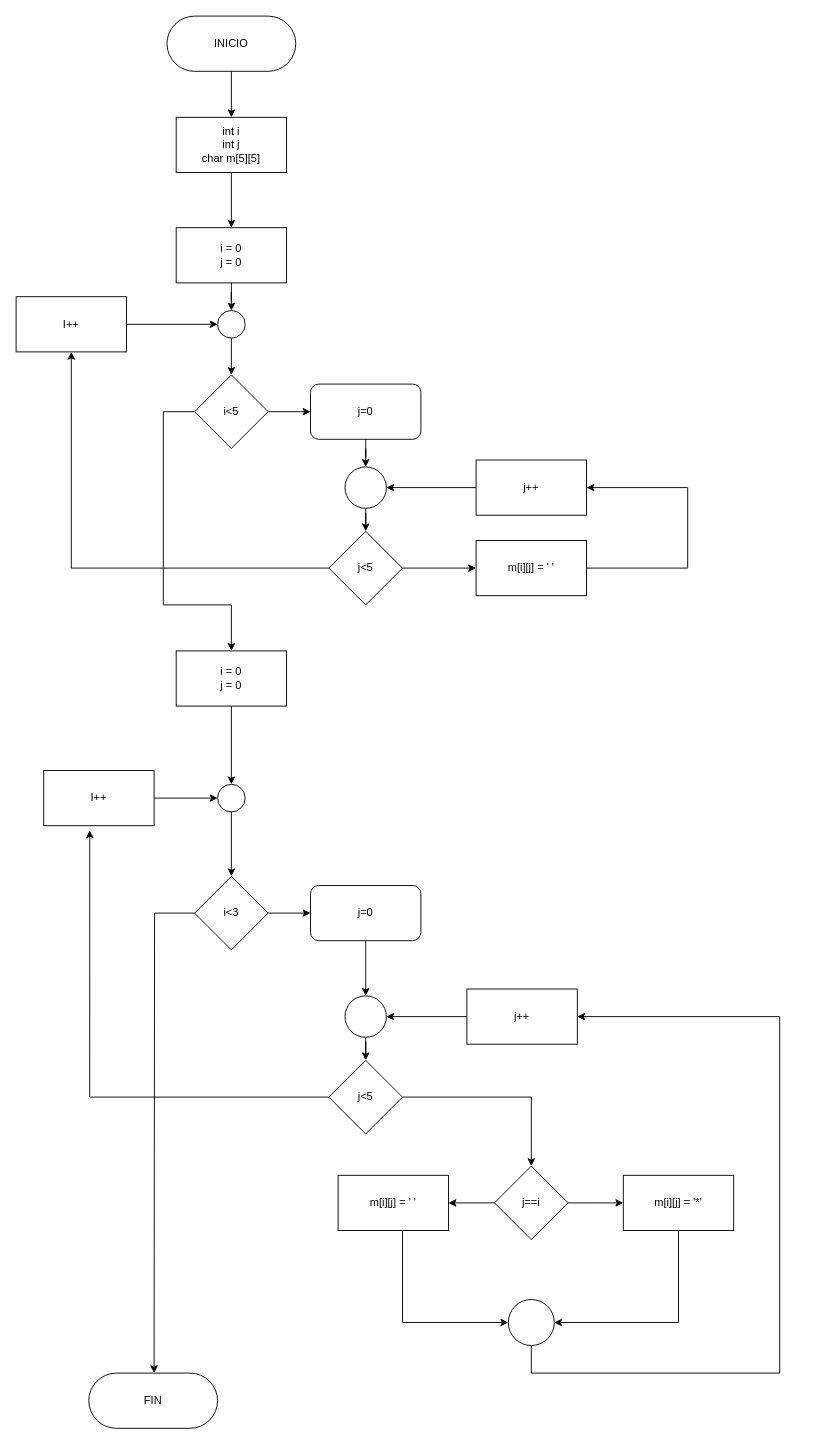
Earlier version of the draw.io diagram Trabajo Práctico Número 1 - Algoritmos y DF/Diagramas/Ejercicio 02.drawio (Fran2109/Algoritmos_y_Estructuras_de_Datos). Source tidied: cells renumbered, new cells numbered last; positions are measured from the earlier drawing's top-left corner, leaving out a move shared by most shapes. Both pictures are drawn from the tidied source at 92%, with x=0, y=0 at pixel (16, 16).
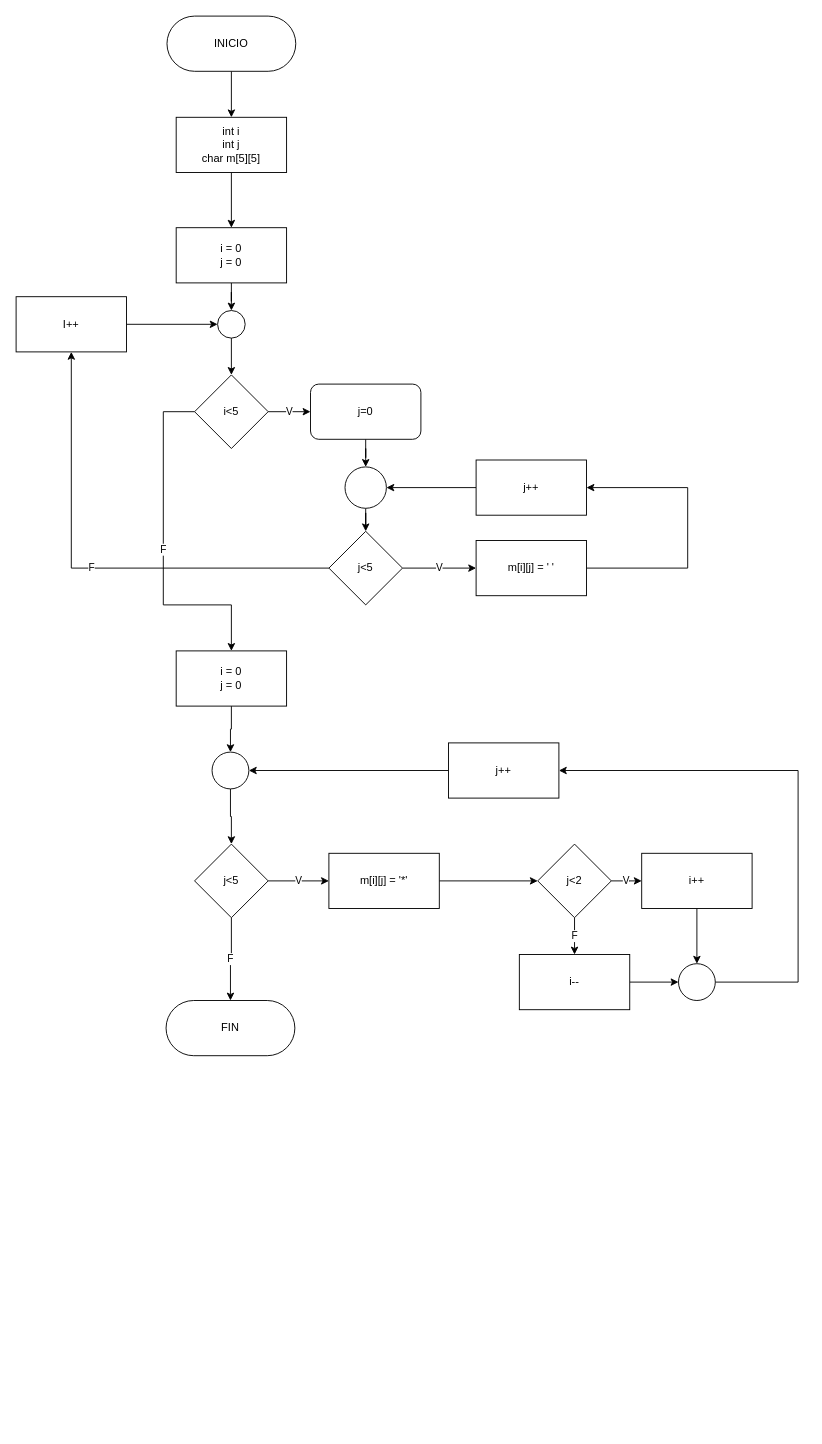
The same diagram, later.

The change refers to these unchanged cells:
```xml
<mxCell id="38" value="i&amp;lt;5" style="rhombus;whiteSpace=wrap;html=1;rounded=0;" parent="1" vertex="1">
  <mxGeometry x="194" y="390" width="80" height="80" as="geometry" />
</mxCell>
<mxCell id="40" value="j=0" style="rounded=1;whiteSpace=wrap;html=1;" parent="1" vertex="1">
  <mxGeometry x="320" y="400" width="120" height="60" as="geometry" />
</mxCell>
<mxCell id="45" value="j&amp;lt;5" style="rhombus;whiteSpace=wrap;html=1;rounded=0;" parent="1" vertex="1">
  <mxGeometry x="340" y="560" width="80" height="80" as="geometry" />
</mxCell>
<mxCell id="49" value="I++" style="rounded=0;whiteSpace=wrap;html=1;" parent="1" vertex="1">
  <mxGeometry y="305" width="120" height="60" as="geometry" />
</mxCell>
<mxCell id="51" value="m[i][j] = ' '" style="rounded=0;whiteSpace=wrap;html=1;" parent="1" vertex="1">
  <mxGeometry x="500" y="570" width="120" height="60" as="geometry" />
</mxCell>
<mxCell id="53" value="i = 0&lt;br&gt;j = 0" style="rounded=0;whiteSpace=wrap;html=1;" parent="1" vertex="1">
  <mxGeometry x="174" y="690" width="120" height="60" as="geometry" />
</mxCell>
```

What changed in the source:
```diff
@@
-    <mxCell id="6" style="edgeStyle=orthogonalEdgeStyle;rounded=0;jettySize=auto;html=1;startArrow=none;" parent="1" edge="1" source="15" target="11">
-      <mxGeometry relative="1" as="geometry" />
-    </mxCell>
@@
-    <mxCell id="9" style="edgeStyle=orthogonalEdgeStyle;rounded=0;jettySize=auto;html=1;" parent="1" edge="1" source="11">
-      <mxGeometry relative="1" as="geometry">
-        <mxPoint x="150" y="1475" as="targetPoint" />
-      </mxGeometry>
-    </mxCell>
-    <mxCell id="10" style="edgeStyle=orthogonalEdgeStyle;rounded=0;jettySize=auto;html=1;entryX=0;entryY=0.5;entryDx=0;entryDy=0;" parent="1" edge="1" source="11" target="28">
-      <mxGeometry relative="1" as="geometry" />
-    </mxCell>
-    <mxCell id="11" value="i&amp;lt;3" style="rhombus;whiteSpace=wrap;html=1;rounded=0;" parent="1" vertex="1">
-      <mxGeometry x="194" y="935" width="80" height="80" as="geometry" />
-    </mxCell>
-    <mxCell id="12" style="edgeStyle=orthogonalEdgeStyle;rounded=0;jettySize=auto;html=1;entryX=0.5;entryY=0;entryDx=0;entryDy=0;" parent="1" edge="1" source="14" target="18">
-      <mxGeometry relative="1" as="geometry" />
-    </mxCell>
-    <mxCell id="13" style="edgeStyle=orthogonalEdgeStyle;rounded=0;jettySize=auto;html=1;entryX=0.417;entryY=1.083;entryDx=0;entryDy=0;entryPerimeter=0;" parent="1" edge="1" source="14" target="25">
-      <mxGeometry relative="1" as="geometry">
-        <Array as="points">
-          <mxPoint x="80" y="1175" />
-        </Array>
-      </mxGeometry>
-    </mxCell>
-    <mxCell id="14" value="j&amp;lt;5" style="rhombus;whiteSpace=wrap;html=1;rounded=0;" parent="1" vertex="1">
-      <mxGeometry x="340" y="1135" width="80" height="80" as="geometry" />
-    </mxCell>
-    <mxCell id="15" style="ellipse;whiteSpace=wrap;html=1;" parent="1" vertex="1">
-      <mxGeometry x="219" y="835" width="30" height="30" as="geometry" />
-    </mxCell>
-    <mxCell id="16" style="edgeStyle=orthogonalEdgeStyle;rounded=0;jettySize=auto;html=1;" parent="1" edge="1" source="18">
-      <mxGeometry relative="1" as="geometry">
-        <mxPoint x="660" y="1290" as="targetPoint" />
-      </mxGeometry>
-    </mxCell>
-    <mxCell id="17" style="edgeStyle=orthogonalEdgeStyle;rounded=0;jettySize=auto;html=1;entryX=1;entryY=0.5;entryDx=0;entryDy=0;" parent="1" edge="1" source="18" target="33">
-      <mxGeometry relative="1" as="geometry" />
-    </mxCell>
-    <mxCell id="18" value="j==i" style="rhombus;whiteSpace=wrap;html=1;rounded=0;" parent="1" vertex="1">
-      <mxGeometry x="520" y="1250" width="80" height="80" as="geometry" />
-    </mxCell>
-    <mxCell id="19" style="edgeStyle=orthogonalEdgeStyle;rounded=0;jettySize=auto;html=1;entryX=1;entryY=0.5;entryDx=0;entryDy=0;" parent="1" edge="1" source="31" target="23">
-      <mxGeometry relative="1" as="geometry">
-        <Array as="points">
-          <mxPoint x="720" y="1420" />
-        </Array>
-      </mxGeometry>
-    </mxCell>
-    <mxCell id="20" style="edgeStyle=orthogonalEdgeStyle;rounded=0;jettySize=auto;html=1;" parent="1" edge="1" source="21" target="30">
-      <mxGeometry relative="1" as="geometry" />
-    </mxCell>
-    <mxCell id="21" value="j++" style="rounded=0;whiteSpace=wrap;html=1;" parent="1" vertex="1">
-      <mxGeometry x="490" y="1057.5" width="120" height="60" as="geometry" />
-    </mxCell>
-    <mxCell id="22" style="edgeStyle=orthogonalEdgeStyle;rounded=0;jettySize=auto;html=1;entryX=1;entryY=0.5;entryDx=0;entryDy=0;" parent="1" edge="1" source="23" target="21">
+    <mxCell id="22" style="edgeStyle=orthogonalEdgeStyle;rounded=0;orthogonalLoop=1;jettySize=auto;html=1;entryX=1;entryY=0.5;entryDx=0;entryDy=0;" parent="1" edge="1">
       <mxGeometry relative="1" as="geometry">
+        <mxPoint x="610" y="1087.5" as="targetPoint" />
         <Array as="points">
           <mxPoint x="560" y="1475" />
           <mxPoint x="830" y="1475" />
           <mxPoint x="830" y="1088" />
         </Array>
       </mxGeometry>
     </mxCell>
-    <mxCell id="23" style="ellipse;whiteSpace=wrap;html=1;" parent="1" vertex="1">
-      <mxGeometry x="535" y="1395" width="50" height="50" as="geometry" />
-    </mxCell>
-    <mxCell id="24" style="edgeStyle=orthogonalEdgeStyle;rounded=0;jettySize=auto;html=1;exitX=1;exitY=0.5;exitDx=0;exitDy=0;entryX=0;entryY=0.5;entryDx=0;entryDy=0;" parent="1" edge="1" source="25" target="15">
-      <mxGeometry relative="1" as="geometry" />
-    </mxCell>
-    <mxCell id="25" value="I++" style="rounded=0;whiteSpace=wrap;html=1;" parent="1" vertex="1">
-      <mxGeometry x="30" y="820" width="120" height="60" as="geometry" />
-    </mxCell>
-    <mxCell id="26" value="FIN" style="rounded=1;whiteSpace=wrap;html=1;arcSize=50;" parent="1" vertex="1">
-      <mxGeometry x="79" y="1475" width="140" height="60" as="geometry" />
-    </mxCell>
-    <mxCell id="27" style="edgeStyle=orthogonalEdgeStyle;rounded=0;jettySize=auto;html=1;" parent="1" edge="1" source="28" target="30">
-      <mxGeometry relative="1" as="geometry" />
-    </mxCell>
-    <mxCell id="28" value="j=0" style="rounded=1;whiteSpace=wrap;html=1;" parent="1" vertex="1">
-      <mxGeometry x="320" y="945" width="120" height="60" as="geometry" />
-    </mxCell>
-    <mxCell id="29" style="edgeStyle=orthogonalEdgeStyle;rounded=0;jettySize=auto;html=1;" parent="1" edge="1" source="30" target="14">
-      <mxGeometry relative="1" as="geometry" />
-    </mxCell>
-    <mxCell id="30" style="ellipse;whiteSpace=wrap;html=1;" parent="1" vertex="1">
-      <mxGeometry x="357.5" y="1065" width="45" height="45" as="geometry" />
-    </mxCell>
-    <mxCell id="31" value="m[i][j] = '*'" style="rounded=0;whiteSpace=wrap;html=1;" parent="1" vertex="1">
-      <mxGeometry x="660" y="1260" width="120" height="60" as="geometry" />
-    </mxCell>
-    <mxCell id="32" style="edgeStyle=orthogonalEdgeStyle;rounded=0;jettySize=auto;html=1;entryX=0;entryY=0.5;entryDx=0;entryDy=0;" parent="1" edge="1" source="33" target="23">
-      <mxGeometry relative="1" as="geometry">
-        <Array as="points">
-          <mxPoint x="420" y="1420" />
-        </Array>
-      </mxGeometry>
-    </mxCell>
-    <mxCell id="33" value="m[i][j] = ' '" style="rounded=0;whiteSpace=wrap;html=1;" parent="1" vertex="1">
-      <mxGeometry x="350" y="1260" width="120" height="60" as="geometry" />
-    </mxCell>
@@
-    <mxCell id="36" style="edgeStyle=orthogonalEdgeStyle;rounded=0;jettySize=auto;html=1;" parent="1" edge="1" source="38" target="40">
+    <mxCell id="36" value="V" style="edgeStyle=orthogonalEdgeStyle;rounded=0;jettySize=auto;html=1;" parent="1" edge="1" source="38" target="40">
       <mxGeometry relative="1" as="geometry" />
     </mxCell>
-    <mxCell id="37" style="edgeStyle=orthogonalEdgeStyle;rounded=0;jettySize=auto;html=1;entryX=0.5;entryY=0;entryDx=0;entryDy=0;" parent="1" edge="1" source="38" target="53">
+    <mxCell id="37" value="F" style="edgeStyle=orthogonalEdgeStyle;rounded=0;jettySize=auto;html=1;entryX=0.5;entryY=0;entryDx=0;entryDy=0;" parent="1" edge="1" source="38" target="53">
       <mxGeometry relative="1" as="geometry">
         <Array as="points">
           <mxPoint x="160" y="430" />
           <mxPoint x="160" y="640" />
           <mxPoint x="234" y="640" />
         </Array>
       </mxGeometry>
     </mxCell>
@@
-    <mxCell id="43" style="edgeStyle=orthogonalEdgeStyle;rounded=0;jettySize=auto;html=1;entryX=0.5;entryY=1;entryDx=0;entryDy=0;" parent="1" edge="1" source="45" target="49">
+    <mxCell id="43" value="F" style="edgeStyle=orthogonalEdgeStyle;rounded=0;jettySize=auto;html=1;entryX=0.5;entryY=1;entryDx=0;entryDy=0;" parent="1" edge="1" source="45" target="49">
       <mxGeometry relative="1" as="geometry" />
     </mxCell>
-    <mxCell id="44" style="edgeStyle=orthogonalEdgeStyle;rounded=0;jettySize=auto;html=1;entryX=0;entryY=0.5;entryDx=0;entryDy=0;" parent="1" edge="1" source="45" target="51">
+    <mxCell id="44" value="V" style="edgeStyle=orthogonalEdgeStyle;rounded=0;jettySize=auto;html=1;entryX=0;entryY=0.5;entryDx=0;entryDy=0;" parent="1" edge="1" source="45" target="51">
       <mxGeometry relative="1" as="geometry" />
     </mxCell>
@@
-    <mxCell id="52" style="edgeStyle=orthogonalEdgeStyle;rounded=0;jettySize=auto;html=1;entryX=0.5;entryY=0;entryDx=0;entryDy=0;" parent="1" edge="1" source="53" target="15">
-      <mxGeometry relative="1" as="geometry" />
-    </mxCell>
+    <mxCell id="54" style="edgeStyle=orthogonalEdgeStyle;rounded=0;jettySize=auto;html=1;entryX=0.5;entryY=0;entryDx=0;entryDy=0;" parent="1" edge="1" source="53" target="68">
+      <mxGeometry relative="1" as="geometry" />
+    </mxCell>
@@
+    <mxCell id="55" value="V" style="edgeStyle=orthogonalEdgeStyle;rounded=0;jettySize=auto;html=1;" parent="1" edge="1" source="14" target="31">
+      <mxGeometry relative="1" as="geometry" />
+    </mxCell>
+    <mxCell id="56" value="F" style="edgeStyle=orthogonalEdgeStyle;rounded=0;jettySize=auto;html=1;" parent="1" edge="1" source="14" target="26">
+      <mxGeometry relative="1" as="geometry" />
+    </mxCell>
+    <mxCell id="14" value="j&amp;lt;5" style="rhombus;whiteSpace=wrap;html=1;" parent="1" vertex="1">
+      <mxGeometry x="194" y="900" width="80" height="80" as="geometry" />
+    </mxCell>
+    <mxCell id="57" style="edgeStyle=orthogonalEdgeStyle;rounded=0;jettySize=auto;html=1;entryX=0;entryY=0.5;entryDx=0;entryDy=0;" parent="1" edge="1" source="31" target="60">
+      <mxGeometry relative="1" as="geometry" />
+    </mxCell>
+    <mxCell id="31" value="m[i][j] = '*'" style="rounded=0;whiteSpace=wrap;html=1;" parent="1" vertex="1">
+      <mxGeometry x="340" y="910" width="120" height="60" as="geometry" />
+    </mxCell>
+    <mxCell id="58" value="V" style="edgeStyle=orthogonalEdgeStyle;rounded=0;jettySize=auto;html=1;" parent="1" edge="1" source="60" target="62">
+      <mxGeometry relative="1" as="geometry" />
+    </mxCell>
+    <mxCell id="59" value="F" style="edgeStyle=orthogonalEdgeStyle;rounded=0;jettySize=auto;html=1;" parent="1" edge="1" source="60" target="64">
+      <mxGeometry relative="1" as="geometry" />
+    </mxCell>
+    <mxCell id="60" value="j&amp;lt;2" style="rhombus;whiteSpace=wrap;html=1;" parent="1" vertex="1">
+      <mxGeometry x="567" y="900" width="80" height="80" as="geometry" />
+    </mxCell>
+    <mxCell id="61" style="edgeStyle=orthogonalEdgeStyle;rounded=0;jettySize=auto;html=1;" parent="1" edge="1" source="62" target="66">
+      <mxGeometry relative="1" as="geometry" />
+    </mxCell>
+    <mxCell id="62" value="i++" style="rounded=0;whiteSpace=wrap;html=1;" parent="1" vertex="1">
+      <mxGeometry x="680" y="910" width="120" height="60" as="geometry" />
+    </mxCell>
+    <mxCell id="63" style="edgeStyle=orthogonalEdgeStyle;rounded=0;jettySize=auto;html=1;entryX=0;entryY=0.5;entryDx=0;entryDy=0;" parent="1" edge="1" source="64" target="66">
+      <mxGeometry relative="1" as="geometry" />
+    </mxCell>
+    <mxCell id="64" value="i--" style="rounded=0;whiteSpace=wrap;html=1;" parent="1" vertex="1">
+      <mxGeometry x="547" y="1020" width="120" height="60" as="geometry" />
+    </mxCell>
+    <mxCell id="65" style="edgeStyle=orthogonalEdgeStyle;rounded=0;jettySize=auto;html=1;entryX=1;entryY=0.5;entryDx=0;entryDy=0;" parent="1" edge="1" source="66" target="21">
+      <mxGeometry relative="1" as="geometry">
+        <Array as="points">
+          <mxPoint x="850" y="1050" />
+          <mxPoint x="850" y="820" />
+        </Array>
+      </mxGeometry>
+    </mxCell>
+    <mxCell id="66" style="ellipse;whiteSpace=wrap;html=1;" parent="1" vertex="1">
+      <mxGeometry x="720" y="1030" width="40" height="40" as="geometry" />
+    </mxCell>
+    <mxCell id="67" style="edgeStyle=orthogonalEdgeStyle;rounded=0;jettySize=auto;html=1;" parent="1" edge="1" source="68" target="14">
+      <mxGeometry relative="1" as="geometry" />
+    </mxCell>
+    <mxCell id="68" style="ellipse;whiteSpace=wrap;html=1;" parent="1" vertex="1">
+      <mxGeometry x="213" y="800" width="40" height="40" as="geometry" />
+    </mxCell>
+    <mxCell id="69" style="edgeStyle=orthogonalEdgeStyle;rounded=0;jettySize=auto;html=1;entryX=1;entryY=0.5;entryDx=0;entryDy=0;" parent="1" edge="1" source="21" target="68">
+      <mxGeometry relative="1" as="geometry" />
+    </mxCell>
+    <mxCell id="21" value="j++" style="rounded=0;whiteSpace=wrap;html=1;" parent="1" vertex="1">
+      <mxGeometry x="470" y="790" width="120" height="60" as="geometry" />
+    </mxCell>
+    <mxCell id="26" value="FIN" style="rounded=1;whiteSpace=wrap;html=1;arcSize=50;" parent="1" vertex="1">
+      <mxGeometry x="163" y="1070" width="140" height="60" as="geometry" />
+    </mxCell>
```
